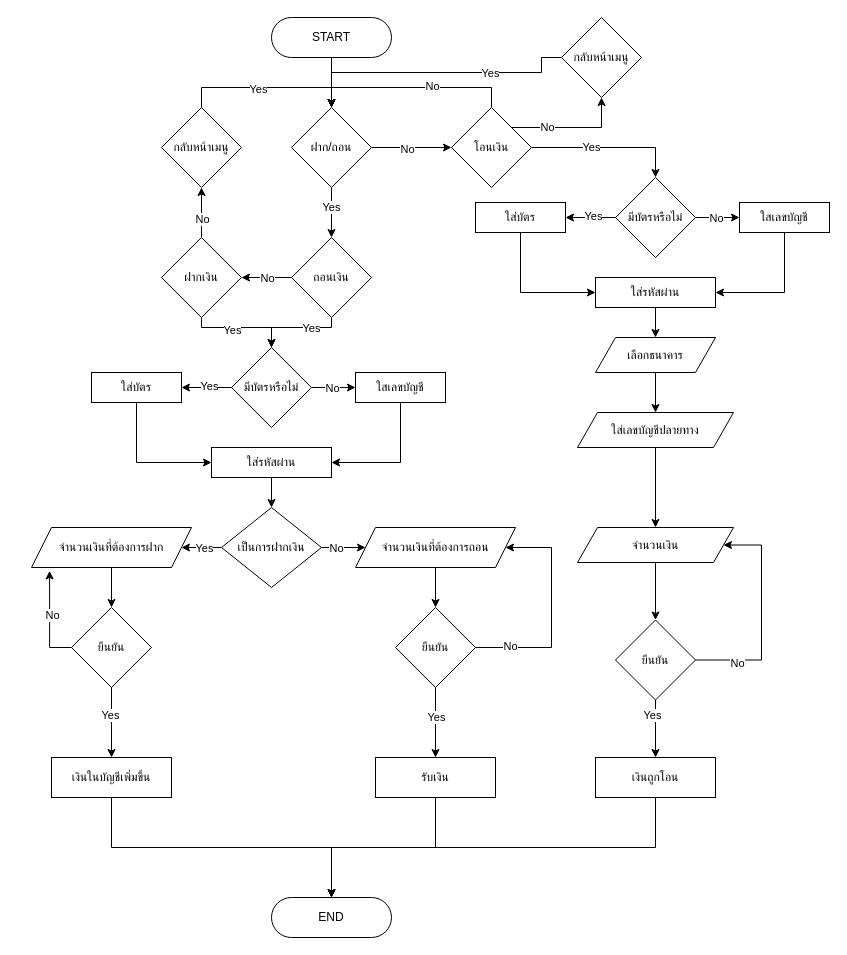
Earlier version of the draw.io diagram Untitled Diagram.drawio (DinNamprom/DinNamprom). Source tidied: cells renumbered, new cells numbered last; positions are measured from the earlier drawing's top-left corner, leaving out a move shared by most shapes. Both pictures are drawn from the tidied source at 100%, with x=0, y=0 at pixel (31, 17).
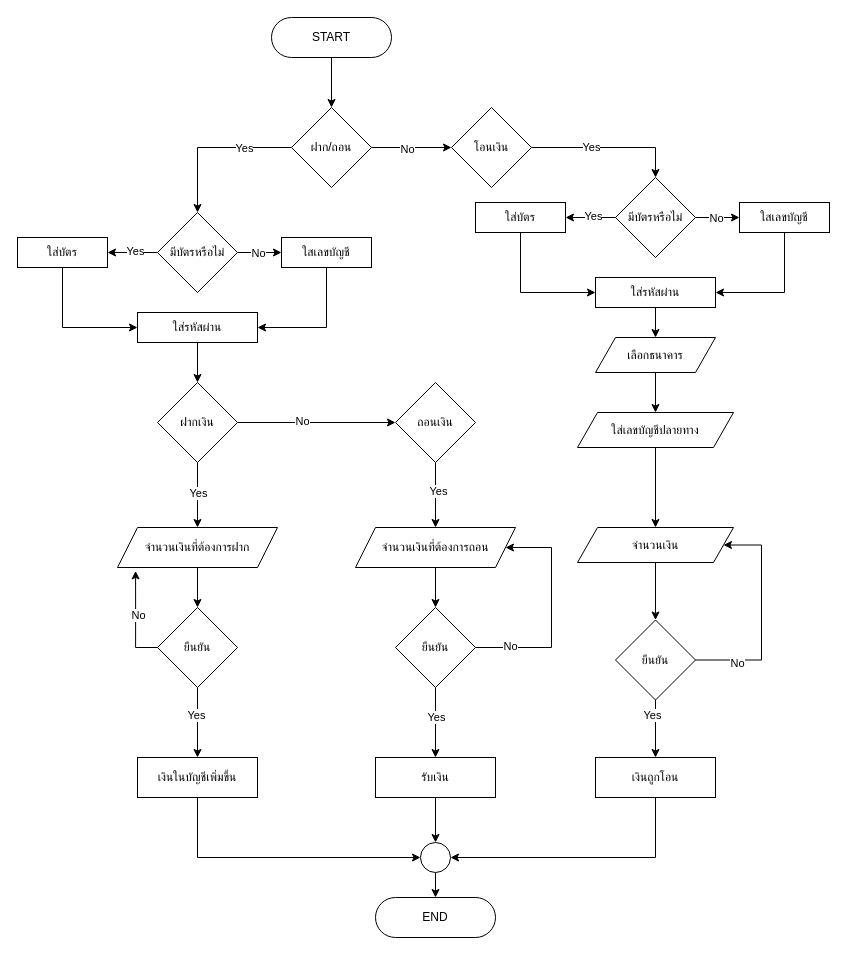
After the change.

The change refers to these unchanged cells:
```xml
<mxCell id="8" value="ฝาก/ถอน" style="rhombus;whiteSpace=wrap;html=1;rounded=0;" parent="1" vertex="1">
  <mxGeometry x="260" y="90" width="80" height="80" as="geometry" />
</mxCell>
<mxCell id="41" value="จำนวนเงินที่ต้องการถอน" style="shape=parallelogram;perimeter=parallelogramPerimeter;whiteSpace=wrap;html=1;fixedSize=1;rounded=0;" parent="1" vertex="1">
  <mxGeometry x="324" y="510" width="160" height="40" as="geometry" />
</mxCell>
<mxCell id="53" value="รับเงิน" style="whiteSpace=wrap;html=1;rounded=0;" parent="1" vertex="1">
  <mxGeometry x="344" y="740" width="120" height="40" as="geometry" />
</mxCell>
<mxCell id="60" value="โอนเงิน" style="rhombus;whiteSpace=wrap;html=1;rounded=0;" parent="1" vertex="1">
  <mxGeometry x="420" y="90" width="80" height="80" as="geometry" />
</mxCell>
<mxCell id="86" value="เงินถูกโอน" style="whiteSpace=wrap;html=1;rounded=0;" parent="1" vertex="1">
  <mxGeometry x="564" y="740" width="120" height="40" as="geometry" />
</mxCell>
```

Change to the diagram source:
```diff
@@
-    <mxCell id="4" style="edgeStyle=orthogonalEdgeStyle;rounded=0;jettySize=auto;html=1;" parent="1" edge="1" source="8" target="13">
-      <mxGeometry relative="1" as="geometry" />
-    </mxCell>
-    <mxCell id="5" value="Yes" style="edgeLabel;html=1;align=center;verticalAlign=middle;" parent="4" vertex="1">
-      <mxGeometry x="-0.25" y="-1" relative="1" as="geometry" />
-    </mxCell>
@@
+    <mxCell id="91" style="edgeStyle=orthogonalEdgeStyle;rounded=0;jettySize=auto;html=1;exitX=0;exitY=0.5;exitDx=0;exitDy=0;entryX=0.5;entryY=0;entryDx=0;entryDy=0;" parent="1" edge="1" source="8" target="26">
+      <mxGeometry relative="1" as="geometry" />
+    </mxCell>
+    <mxCell id="92" value="Yes" style="edgeLabel;html=1;align=center;verticalAlign=middle;" parent="91" vertex="1">
+      <mxGeometry x="-0.4" relative="1" as="geometry" />
+    </mxCell>
@@
-    <mxCell id="9" style="edgeStyle=orthogonalEdgeStyle;rounded=0;jettySize=auto;html=1;" parent="1" edge="1" source="13" target="18">
-      <mxGeometry relative="1" as="geometry" />
-    </mxCell>
-    <mxCell id="10" value="No" style="edgeLabel;html=1;align=center;verticalAlign=middle;" parent="9" vertex="1">
-      <mxGeometry x="0.01" relative="1" as="geometry" />
-    </mxCell>
-    <mxCell id="11" style="edgeStyle=orthogonalEdgeStyle;rounded=0;jettySize=auto;html=1;exitX=0.5;exitY=1;exitDx=0;exitDy=0;entryX=0.5;entryY=0;entryDx=0;entryDy=0;" parent="1" edge="1" source="13" target="26">
-      <mxGeometry relative="1" as="geometry">
-        <Array as="points">
-          <mxPoint x="300" y="310" />
-          <mxPoint x="240" y="310" />
-        </Array>
-      </mxGeometry>
-    </mxCell>
-    <mxCell id="12" value="Yes" style="edgeLabel;html=1;align=center;verticalAlign=middle;" parent="11" vertex="1">
-      <mxGeometry x="0.06" y="-2" relative="1" as="geometry">
-        <mxPoint x="17" y="2" as="offset" />
-      </mxGeometry>
-    </mxCell>
+    <mxCell id="93" style="edgeStyle=orthogonalEdgeStyle;rounded=0;jettySize=auto;html=1;exitX=0.5;exitY=1;exitDx=0;exitDy=0;entryX=0.5;entryY=0;entryDx=0;entryDy=0;" parent="1" edge="1" source="13" target="41">
+      <mxGeometry relative="1" as="geometry" />
+    </mxCell>
+    <mxCell id="94" value="Yes" style="edgeLabel;html=1;align=center;verticalAlign=middle;" parent="93" vertex="1">
+      <mxGeometry x="-0.13" y="2" relative="1" as="geometry" />
+    </mxCell>
     <mxCell id="13" value="ถอนเงิน" style="rhombus;whiteSpace=wrap;html=1;rounded=0;" parent="1" vertex="1">
-      <mxGeometry x="260" y="220" width="80" height="80" as="geometry" />
+      <mxGeometry x="364" y="365" width="80" height="80" as="geometry" />
     </mxCell>
-    <mxCell id="14" style="edgeStyle=orthogonalEdgeStyle;rounded=0;jettySize=auto;html=1;" parent="1" edge="1" source="18" target="21">
-      <mxGeometry relative="1" as="geometry" />
-    </mxCell>
-    <mxCell id="15" value="No" style="edgeLabel;html=1;align=center;verticalAlign=middle;" parent="14" vertex="1">
-      <mxGeometry x="-0.26" relative="1" as="geometry" />
-    </mxCell>
-    <mxCell id="16" style="edgeStyle=orthogonalEdgeStyle;rounded=0;jettySize=auto;html=1;exitX=0.5;exitY=1;exitDx=0;exitDy=0;entryX=0.5;entryY=0;entryDx=0;entryDy=0;" parent="1" edge="1" source="18" target="26">
-      <mxGeometry relative="1" as="geometry">
-        <Array as="points">
-          <mxPoint x="170" y="310" />
-          <mxPoint x="240" y="310" />
-        </Array>
-      </mxGeometry>
-    </mxCell>
-    <mxCell id="17" value="Yes" style="edgeLabel;html=1;align=center;verticalAlign=middle;" parent="16" vertex="1">
-      <mxGeometry x="-0.02" y="-2" relative="1" as="geometry">
-        <mxPoint x="-9" as="offset" />
-      </mxGeometry>
-    </mxCell>
+    <mxCell id="95" style="edgeStyle=orthogonalEdgeStyle;rounded=0;jettySize=auto;html=1;exitX=0.5;exitY=1;exitDx=0;exitDy=0;entryX=0.5;entryY=0;entryDx=0;entryDy=0;" parent="1" edge="1" source="18" target="39">
+      <mxGeometry relative="1" as="geometry" />
+    </mxCell>
+    <mxCell id="96" value="Yes" style="edgeLabel;html=1;align=center;verticalAlign=middle;" parent="95" vertex="1">
+      <mxGeometry x="-0.09" relative="1" as="geometry" />
+    </mxCell>
+    <mxCell id="97" style="edgeStyle=orthogonalEdgeStyle;rounded=0;jettySize=auto;html=1;exitX=1;exitY=0.5;exitDx=0;exitDy=0;entryX=0;entryY=0.5;entryDx=0;entryDy=0;" parent="1" edge="1" source="18" target="13">
+      <mxGeometry relative="1" as="geometry" />
+    </mxCell>
+    <mxCell id="98" value="No" style="edgeLabel;html=1;align=center;verticalAlign=middle;" parent="97" vertex="1">
+      <mxGeometry x="-0.19" y="2" relative="1" as="geometry" />
+    </mxCell>
     <mxCell id="18" value="ฝากเงิน" style="rhombus;whiteSpace=wrap;html=1;rounded=0;" parent="1" vertex="1">
-      <mxGeometry x="130" y="220" width="80" height="80" as="geometry" />
+      <mxGeometry x="126" y="365" width="80" height="80" as="geometry" />
     </mxCell>
-    <mxCell id="19" style="edgeStyle=orthogonalEdgeStyle;rounded=0;jettySize=auto;html=1;exitX=0.5;exitY=0;exitDx=0;exitDy=0;entryX=0.5;entryY=0;entryDx=0;entryDy=0;" parent="1" edge="1" source="21" target="8">
-      <mxGeometry relative="1" as="geometry">
-        <Array as="points">
-          <mxPoint x="170" y="70" />
-          <mxPoint x="300" y="70" />
-        </Array>
-      </mxGeometry>
-    </mxCell>
-    <mxCell id="20" value="Yes" style="edgeLabel;html=1;align=center;verticalAlign=middle;" parent="19" vertex="1">
-      <mxGeometry x="-0.11" y="-1" relative="1" as="geometry" />
-    </mxCell>
-    <mxCell id="21" value="กลับหน้าเมนู" style="rhombus;whiteSpace=wrap;html=1;rounded=0;" parent="1" vertex="1">
-      <mxGeometry x="130" y="90" width="80" height="80" as="geometry" />
-    </mxCell>
-    <mxCell id="22" style="edgeStyle=orthogonalEdgeStyle;rounded=0;jettySize=auto;html=1;entryX=1;entryY=0.5;entryDx=0;entryDy=0;" parent="1" edge="1" source="26" target="28">
-      <mxGeometry relative="1" as="geometry" />
-    </mxCell>
-    <mxCell id="23" value="Yes" style="edgeLabel;html=1;align=center;verticalAlign=middle;" parent="22" vertex="1">
-      <mxGeometry x="-0.08" y="-2" relative="1" as="geometry" />
-    </mxCell>
-    <mxCell id="24" style="edgeStyle=orthogonalEdgeStyle;rounded=0;jettySize=auto;html=1;exitX=1;exitY=0.5;exitDx=0;exitDy=0;entryX=0;entryY=0.5;entryDx=0;entryDy=0;" parent="1" edge="1" source="26" target="30">
-      <mxGeometry relative="1" as="geometry" />
-    </mxCell>
-    <mxCell id="25" value="No" style="edgeLabel;html=1;align=center;verticalAlign=middle;" parent="24" vertex="1">
-      <mxGeometry x="-0.07" relative="1" as="geometry" />
-    </mxCell>
-    <mxCell id="26" value="มีบัตรหรือไม่" style="rhombus;whiteSpace=wrap;html=1;rounded=0;" parent="1" vertex="1">
-      <mxGeometry x="200" y="330" width="80" height="80" as="geometry" />
-    </mxCell>
-    <mxCell id="27" style="edgeStyle=orthogonalEdgeStyle;rounded=0;jettySize=auto;html=1;exitX=0.5;exitY=1;exitDx=0;exitDy=0;entryX=0;entryY=0.5;entryDx=0;entryDy=0;" parent="1" edge="1" source="28" target="32">
-      <mxGeometry relative="1" as="geometry" />
-    </mxCell>
-    <mxCell id="28" value="ใส่บัตร" style="rounded=0;whiteSpace=wrap;html=1;" parent="1" vertex="1">
-      <mxGeometry x="60" y="355" width="90" height="30" as="geometry" />
-    </mxCell>
-    <mxCell id="29" style="edgeStyle=orthogonalEdgeStyle;rounded=0;jettySize=auto;html=1;exitX=0.5;exitY=1;exitDx=0;exitDy=0;entryX=1;entryY=0.5;entryDx=0;entryDy=0;" parent="1" edge="1" source="30" target="32">
-      <mxGeometry relative="1" as="geometry" />
-    </mxCell>
-    <mxCell id="30" value="ใสเลขบัญชี" style="rounded=0;whiteSpace=wrap;html=1;" parent="1" vertex="1">
-      <mxGeometry x="324" y="355" width="90" height="30" as="geometry" />
-    </mxCell>
-    <mxCell id="31" style="edgeStyle=orthogonalEdgeStyle;rounded=0;jettySize=auto;html=1;" parent="1" edge="1" source="32" target="37">
-      <mxGeometry relative="1" as="geometry" />
-    </mxCell>
-    <mxCell id="32" value="ใส่รหัสผ่าน" style="rounded=0;whiteSpace=wrap;html=1;" parent="1" vertex="1">
-      <mxGeometry x="180" y="430" width="120" height="30" as="geometry" />
-    </mxCell>
-    <mxCell id="33" style="edgeStyle=orthogonalEdgeStyle;rounded=0;jettySize=auto;html=1;" parent="1" edge="1" source="37" target="39">
-      <mxGeometry relative="1" as="geometry" />
-    </mxCell>
-    <mxCell id="34" value="Yes" style="edgeLabel;html=1;align=center;verticalAlign=middle;" parent="33" vertex="1">
-      <mxGeometry x="0.25" relative="1" as="geometry" />
-    </mxCell>
-    <mxCell id="35" style="edgeStyle=orthogonalEdgeStyle;rounded=0;jettySize=auto;html=1;" parent="1" edge="1" source="37" target="41">
-      <mxGeometry relative="1" as="geometry" />
-    </mxCell>
-    <mxCell id="36" value="No" style="edgeLabel;html=1;align=center;verticalAlign=middle;" parent="35" vertex="1">
-      <mxGeometry x="-0.5" relative="1" as="geometry" />
-    </mxCell>
-    <mxCell id="37" value="เป็นการฝากเงิน" style="rhombus;whiteSpace=wrap;html=1;rounded=0;" parent="1" vertex="1">
-      <mxGeometry x="190" y="490" width="100" height="80" as="geometry" />
-    </mxCell>
@@
     <mxCell id="39" value="จำนวนเงินที่ต้องการฝาก" style="shape=parallelogram;perimeter=parallelogramPerimeter;whiteSpace=wrap;html=1;fixedSize=1;rounded=0;" parent="1" vertex="1">
-      <mxGeometry y="510" width="160" height="40" as="geometry" />
+      <mxGeometry x="86" y="510" width="160" height="40" as="geometry" />
     </mxCell>
@@
     <mxCell id="44" value="ยืนยัน" style="rhombus;whiteSpace=wrap;html=1;rounded=0;" parent="1" vertex="1">
-      <mxGeometry x="40" y="590" width="80" height="80" as="geometry" />
+      <mxGeometry x="126" y="590" width="80" height="80" as="geometry" />
     </mxCell>
@@
-    <mxCell id="50" style="edgeStyle=orthogonalEdgeStyle;rounded=0;jettySize=auto;html=1;exitX=0.5;exitY=1;exitDx=0;exitDy=0;entryX=0.5;entryY=0;entryDx=0;entryDy=0;" parent="1" edge="1" source="51" target="87">
-      <mxGeometry relative="1" as="geometry" />
-    </mxCell>
     <mxCell id="51" value="เงินในบัญชีเพิ่มขึ้น" style="whiteSpace=wrap;html=1;rounded=0;" parent="1" vertex="1">
-      <mxGeometry x="20" y="740" width="120" height="40" as="geometry" />
+      <mxGeometry x="106" y="740" width="120" height="40" as="geometry" />
     </mxCell>
-    <mxCell id="52" style="edgeStyle=orthogonalEdgeStyle;rounded=0;jettySize=auto;html=1;exitX=0.5;exitY=1;exitDx=0;exitDy=0;entryX=0.5;entryY=0;entryDx=0;entryDy=0;" parent="1" edge="1" source="53" target="87">
-      <mxGeometry relative="1" as="geometry" />
-    </mxCell>
+    <mxCell id="99" style="edgeStyle=orthogonalEdgeStyle;rounded=0;jettySize=auto;html=1;exitX=0.5;exitY=1;exitDx=0;exitDy=0;entryX=0.5;entryY=0;entryDx=0;entryDy=0;" parent="1" edge="1" source="53" target="105">
+      <mxGeometry relative="1" as="geometry" />
+    </mxCell>
@@
-    <mxCell id="56" style="edgeStyle=orthogonalEdgeStyle;rounded=0;jettySize=auto;html=1;exitX=0.5;exitY=0;exitDx=0;exitDy=0;entryX=0.5;entryY=0;entryDx=0;entryDy=0;" parent="1" edge="1" source="60" target="8">
-      <mxGeometry relative="1" as="geometry" />
-    </mxCell>
-    <mxCell id="57" value="No" style="edgeLabel;html=1;align=center;verticalAlign=middle;" parent="56" vertex="1">
-      <mxGeometry x="-0.2" y="-2" relative="1" as="geometry" />
-    </mxCell>
-    <mxCell id="58" style="edgeStyle=orthogonalEdgeStyle;rounded=0;jettySize=auto;html=1;exitX=1;exitY=0;exitDx=0;exitDy=0;" parent="1" edge="1" source="60" target="90">
-      <mxGeometry relative="1" as="geometry" />
-    </mxCell>
-    <mxCell id="59" value="No" style="edgeLabel;html=1;align=center;verticalAlign=middle;" parent="58" vertex="1">
-      <mxGeometry x="-0.42" y="1" relative="1" as="geometry" />
-    </mxCell>
@@
-    <mxCell id="85" style="edgeStyle=orthogonalEdgeStyle;rounded=0;jettySize=auto;html=1;exitX=0.5;exitY=1;exitDx=0;exitDy=0;entryX=0.5;entryY=0;entryDx=0;entryDy=0;" parent="1" edge="1" source="86" target="87">
-      <mxGeometry relative="1" as="geometry" />
-    </mxCell>
+    <mxCell id="100" style="edgeStyle=orthogonalEdgeStyle;rounded=0;jettySize=auto;html=1;exitX=0.5;exitY=1;exitDx=0;exitDy=0;entryX=1;entryY=0.5;entryDx=0;entryDy=0;" parent="1" edge="1" source="86" target="105">
+      <mxGeometry relative="1" as="geometry" />
+    </mxCell>
@@
     <mxCell id="87" value="END" style="rounded=1;whiteSpace=wrap;html=1;arcSize=50;" parent="1" vertex="1">
-      <mxGeometry x="240" y="880" width="120" height="40" as="geometry" />
+      <mxGeometry x="344" y="880" width="120" height="40" as="geometry" />
     </mxCell>
-    <mxCell id="88" style="edgeStyle=orthogonalEdgeStyle;rounded=0;jettySize=auto;html=1;exitX=0;exitY=0.5;exitDx=0;exitDy=0;entryX=0.5;entryY=0;entryDx=0;entryDy=0;" parent="1" edge="1" source="90" target="8">
-      <mxGeometry relative="1" as="geometry">
-        <Array as="points">
-          <mxPoint x="510" y="40" />
-          <mxPoint x="510" y="55" />
-          <mxPoint x="300" y="55" />
-        </Array>
-      </mxGeometry>
-    </mxCell>
-    <mxCell id="89" value="Yes" style="edgeLabel;html=1;align=center;verticalAlign=middle;" parent="88" vertex="1">
-      <mxGeometry x="-0.38" relative="1" as="geometry" />
-    </mxCell>
-    <mxCell id="90" value="กลับหน้าเมนู" style="rhombus;whiteSpace=wrap;html=1;rounded=0;" parent="1" vertex="1">
-      <mxGeometry x="530" width="80" height="80" as="geometry" />
-    </mxCell>
+    <mxCell id="22" style="edgeStyle=orthogonalEdgeStyle;rounded=0;jettySize=auto;html=1;entryX=1;entryY=0.5;entryDx=0;entryDy=0;" parent="1" edge="1" source="26" target="28">
+      <mxGeometry relative="1" as="geometry" />
+    </mxCell>
+    <mxCell id="101" value="Yes" style="edgeLabel;html=1;align=center;verticalAlign=middle;" parent="22" vertex="1">
+      <mxGeometry x="-0.08" y="-2" relative="1" as="geometry" />
+    </mxCell>
+    <mxCell id="24" style="edgeStyle=orthogonalEdgeStyle;rounded=0;jettySize=auto;html=1;exitX=1;exitY=0.5;exitDx=0;exitDy=0;entryX=0;entryY=0.5;entryDx=0;entryDy=0;" parent="1" edge="1" source="26" target="30">
+      <mxGeometry relative="1" as="geometry" />
+    </mxCell>
+    <mxCell id="102" value="No" style="edgeLabel;html=1;align=center;verticalAlign=middle;" parent="24" vertex="1">
+      <mxGeometry x="-0.07" relative="1" as="geometry" />
+    </mxCell>
+    <mxCell id="26" value="มีบัตรหรือไม่" style="rhombus;whiteSpace=wrap;html=1;rounded=0;" parent="1" vertex="1">
+      <mxGeometry x="126" y="195" width="80" height="80" as="geometry" />
+    </mxCell>
+    <mxCell id="27" style="edgeStyle=orthogonalEdgeStyle;rounded=0;jettySize=auto;html=1;exitX=0.5;exitY=1;exitDx=0;exitDy=0;entryX=0;entryY=0.5;entryDx=0;entryDy=0;" parent="1" edge="1" source="28" target="32">
+      <mxGeometry relative="1" as="geometry" />
+    </mxCell>
+    <mxCell id="28" value="ใส่บัตร" style="rounded=0;whiteSpace=wrap;html=1;" parent="1" vertex="1">
+      <mxGeometry x="-14" y="220" width="90" height="30" as="geometry" />
+    </mxCell>
+    <mxCell id="29" style="edgeStyle=orthogonalEdgeStyle;rounded=0;jettySize=auto;html=1;exitX=0.5;exitY=1;exitDx=0;exitDy=0;entryX=1;entryY=0.5;entryDx=0;entryDy=0;" parent="1" edge="1" source="30" target="32">
+      <mxGeometry relative="1" as="geometry" />
+    </mxCell>
+    <mxCell id="30" value="ใสเลขบัญชี" style="rounded=0;whiteSpace=wrap;html=1;" parent="1" vertex="1">
+      <mxGeometry x="250" y="220" width="90" height="30" as="geometry" />
+    </mxCell>
+    <mxCell id="103" style="edgeStyle=orthogonalEdgeStyle;rounded=0;jettySize=auto;html=1;exitX=0.5;exitY=1;exitDx=0;exitDy=0;entryX=0.5;entryY=0;entryDx=0;entryDy=0;" parent="1" edge="1" source="32" target="18">
+      <mxGeometry relative="1" as="geometry" />
+    </mxCell>
+    <mxCell id="32" value="ใส่รหัสผ่าน" style="rounded=0;whiteSpace=wrap;html=1;" parent="1" vertex="1">
+      <mxGeometry x="106" y="295" width="120" height="30" as="geometry" />
+    </mxCell>
+    <mxCell id="104" style="edgeStyle=orthogonalEdgeStyle;rounded=0;jettySize=auto;html=1;exitX=0.5;exitY=1;exitDx=0;exitDy=0;entryX=0.5;entryY=0;entryDx=0;entryDy=0;" parent="1" edge="1" source="105" target="87">
+      <mxGeometry relative="1" as="geometry" />
+    </mxCell>
+    <mxCell id="105" style="ellipse;whiteSpace=wrap;html=1;" parent="1" vertex="1">
+      <mxGeometry x="389" y="825" width="30" height="30" as="geometry" />
+    </mxCell>
+    <mxCell id="106" style="edgeStyle=orthogonalEdgeStyle;rounded=0;jettySize=auto;html=1;exitX=0.5;exitY=1;exitDx=0;exitDy=0;entryX=0;entryY=0.5;entryDx=0;entryDy=0;" parent="1" edge="1" source="51" target="105">
+      <mxGeometry relative="1" as="geometry" />
+    </mxCell>
```
